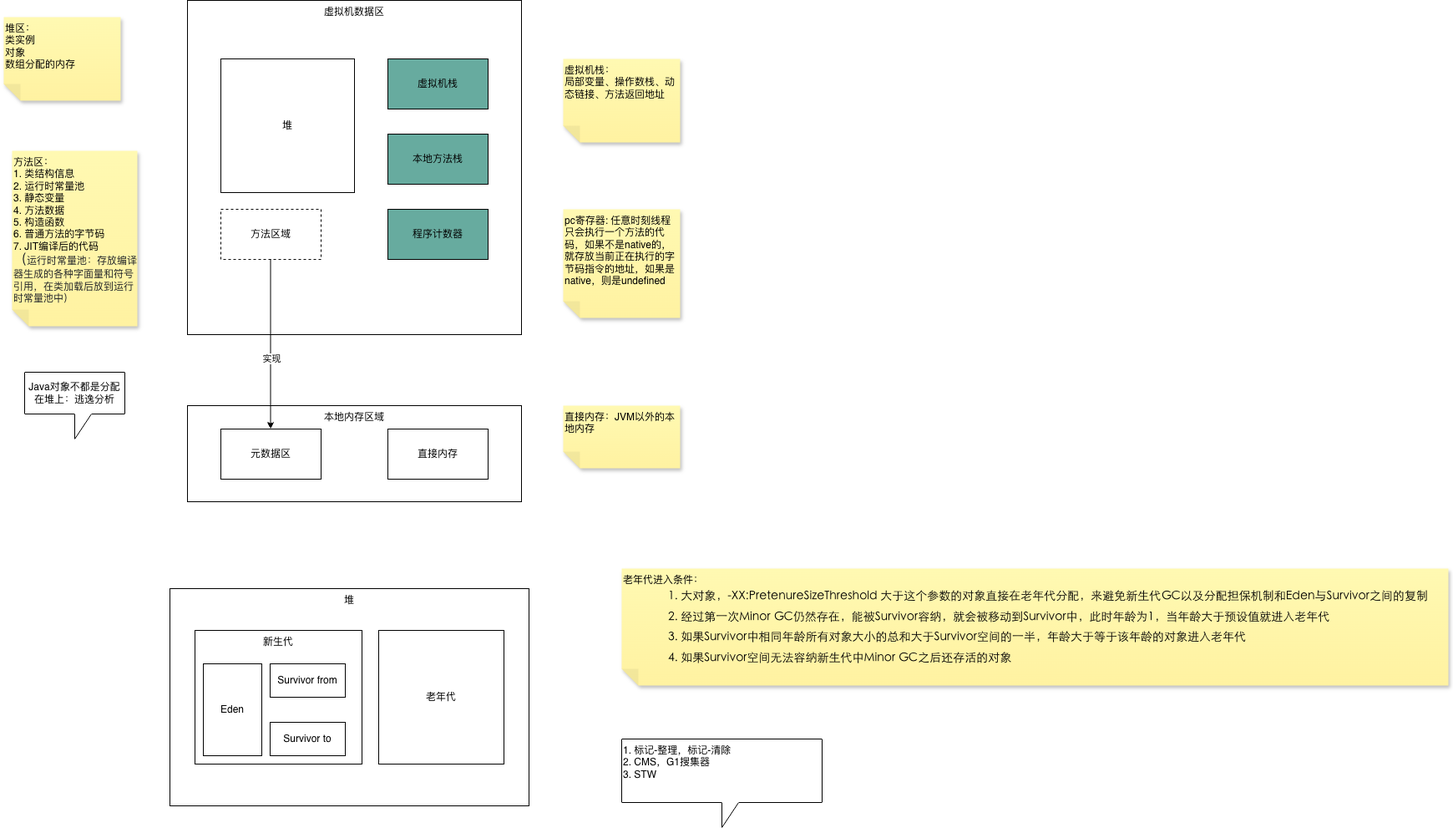
The draw.io diagram JVM数据区.drawio.png in ggs2015/file, before a commit. Source tidied: cells renumbered, new cells last; positions are measured from the earlier drawing's top-left corner, leaving out a move shared by most shapes.
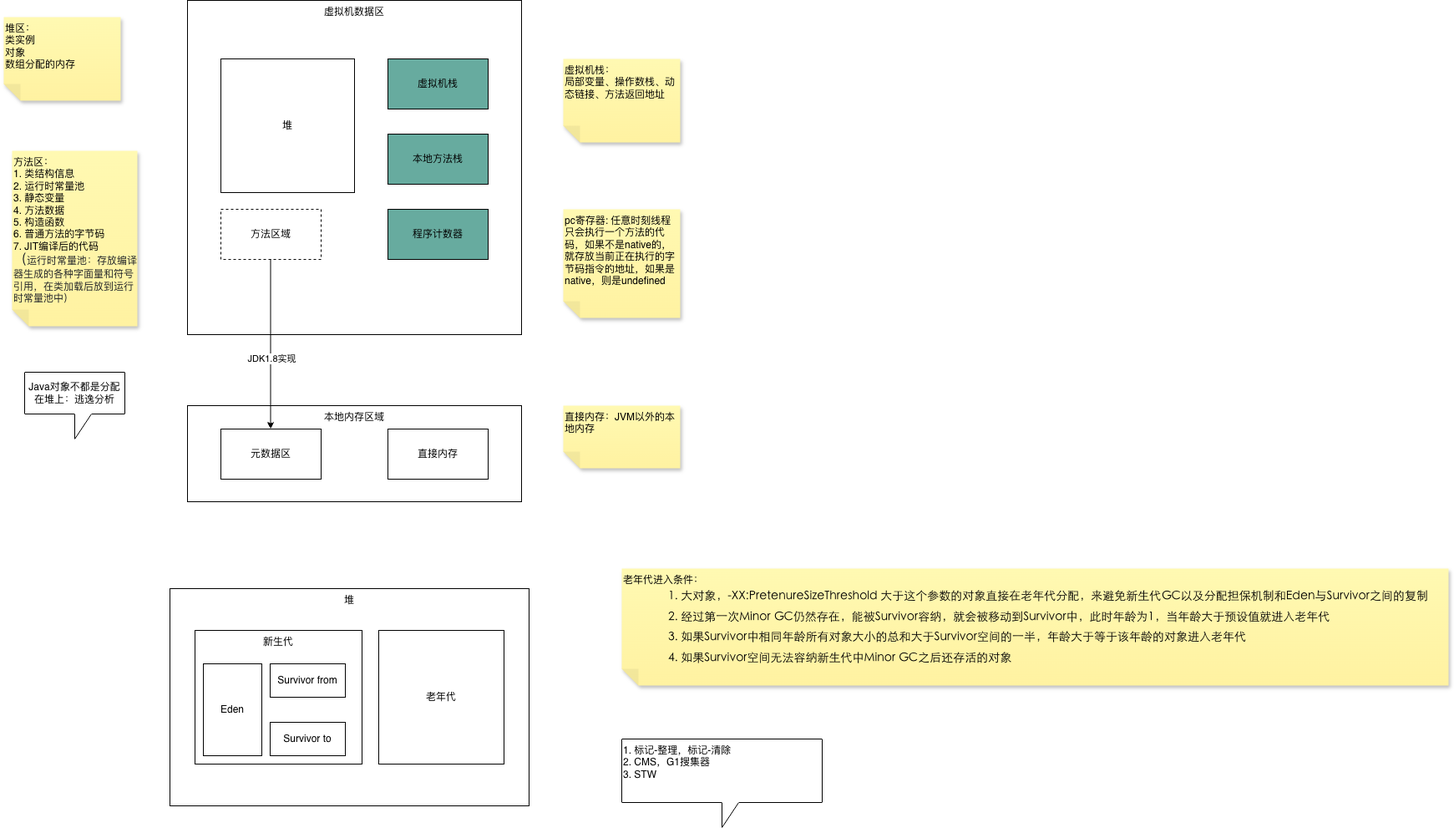
The same diagram one commit later.

Commit message:
更新JVM数据区.drawio.png

Diff of the diagram source:
```diff
@@ -47,7 +47,7 @@
         <mxPoint x="319.5" y="513" as="targetPoint" />
       </mxGeometry>
     </mxCell>
-    <mxCell id="16" value="实现" style="edgeLabel;html=1;align=center;verticalAlign=middle;" parent="15" vertex="1">
+    <mxCell id="16" value="JDK1.8实现" style="edgeLabel;html=1;align=center;verticalAlign=middle;" parent="15" vertex="1">
       <mxGeometry x="0.16" y="1" relative="1" as="geometry" />
     </mxCell>
     <mxCell id="17" value="直接内存：JVM以外的本地内存" style="shape=note;whiteSpace=wrap;html=1;backgroundOutline=1;fontColor=#000000;darkOpacity=0.05;fillColor=#FFF9B2;strokeColor=none;fillStyle=solid;direction=west;gradientDirection=north;gradientColor=#FFF2A1;shadow=1;size=20;align=left;verticalAlign=top;" parent="1" vertex="1">
```
